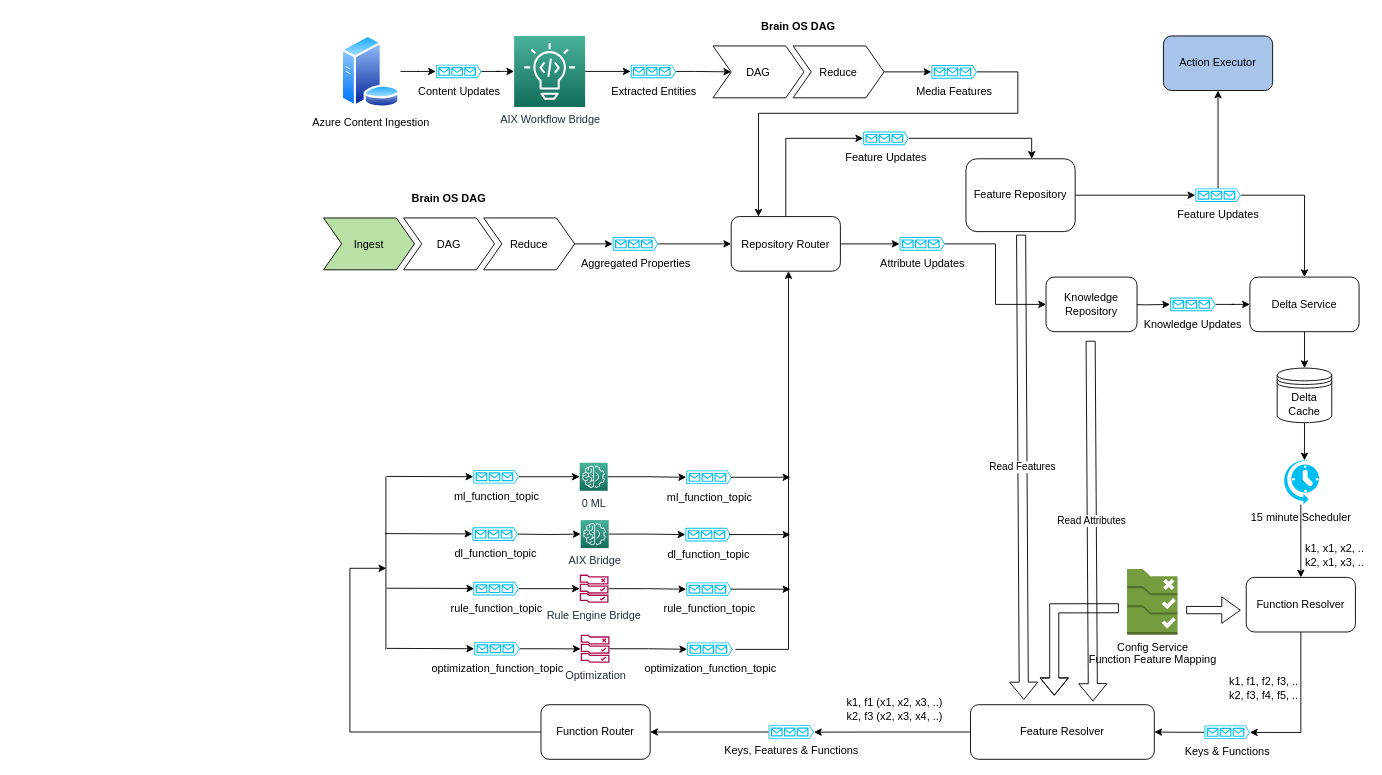
brain-os/brain-proto keeps this draw.io diagram as page "feature_lake" (1 of 7) of docs/diagram/BrainOS.drawio. Above is the earlier version. Source tidied: cells renumbered, new cells numbered last; positions are measured from the earlier drawing's top-left corner, leaving out a move shared by most shapes. Both pictures are drawn from the tidied source at 91%, with x=0, y=0 at pixel (314, 15).
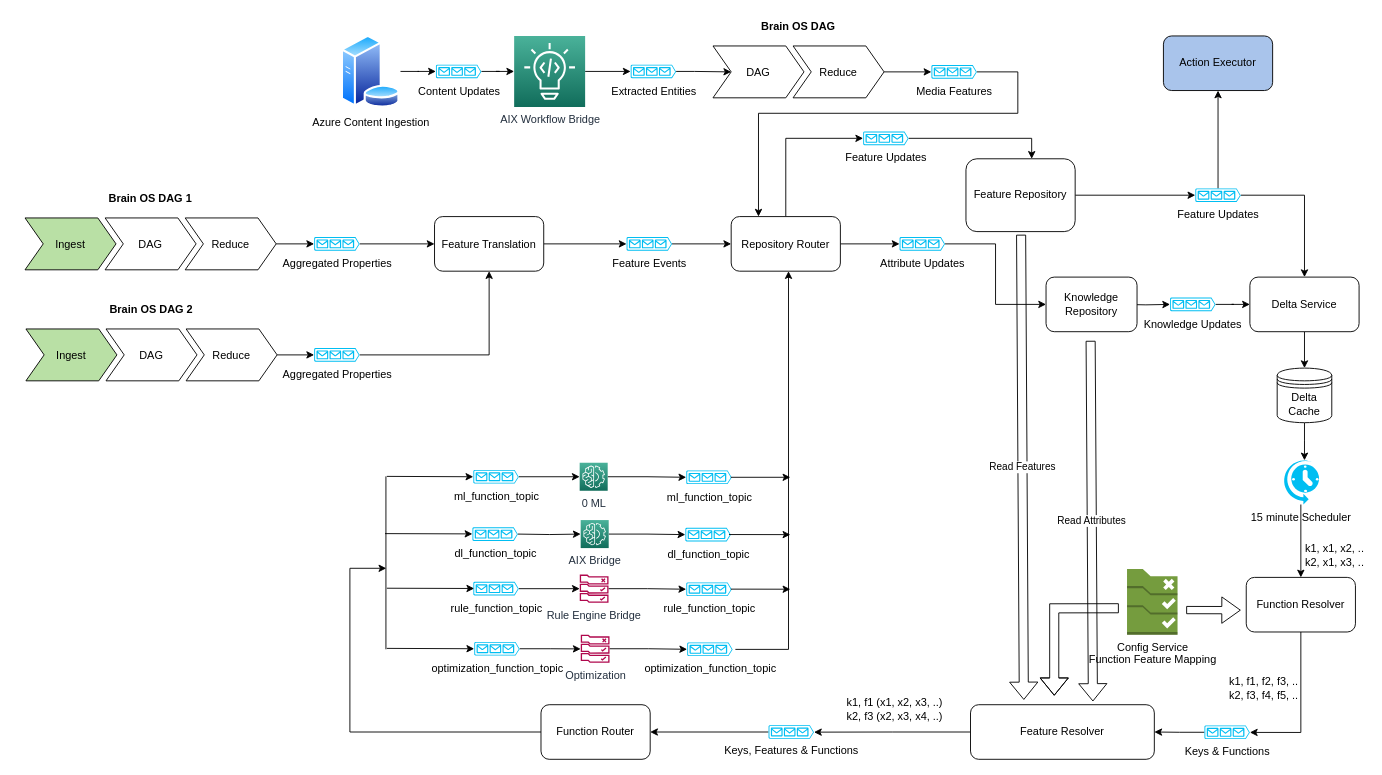
The same page after the edit.

Commit message (it also covers changes not shown here):
Added feature lake protos

Unchanged cells that the change refers to:
```xml
<mxCell id="80" value="Repository Router" style="rounded=1;whiteSpace=wrap;html=1;" parent="1" vertex="1">
  <mxGeometry x="458" y="220.5" width="120" height="60" as="geometry" />
</mxCell>
```

Diff of the diagram source:
```diff
@@
-    <mxCell id="10" value="Brain OS DAG" style="swimlane;horizontal=1;fillColor=none;strokeColor=none;stackBorder=10;align=center;fontColor=#000000;" parent="1" vertex="1">
-      <mxGeometry y="189" width="296" height="100" as="geometry" />
+    <mxCell id="10" value="Brain OS DAG 1" style="swimlane;horizontal=1;fillColor=none;strokeColor=none;stackBorder=10;align=center;fontColor=#000000;" parent="1" vertex="1">
+      <mxGeometry x="-328" y="189" width="296" height="100" as="geometry" />
     </mxCell>
@@
-    <mxCell id="14" style="edgeStyle=orthogonalEdgeStyle;rounded=0;jettySize=auto;html=1;entryX=0;entryY=0.5;entryDx=0;entryDy=0;" parent="1" edge="1" source="15" target="80">
-      <mxGeometry relative="1" as="geometry" />
-    </mxCell>
+    <mxCell id="93" style="edgeStyle=orthogonalEdgeStyle;rounded=0;jettySize=auto;html=1;" parent="1" edge="1" source="15" target="95">
+      <mxGeometry relative="1" as="geometry" />
+    </mxCell>
     <mxCell id="15" value="Aggregated Properties" style="verticalLabelPosition=bottom;html=1;verticalAlign=top;align=center;strokeColor=none;fillColor=#00BEF2;shape=mxgraph.azure.queue_generic;" parent="1" vertex="1">
-      <mxGeometry x="327.7" y="243" width="50" height="15" as="geometry" />
+      <mxGeometry x="-0.3" y="243" width="50" height="15" as="geometry" />
     </mxCell>
@@
+    <mxCell id="94" style="edgeStyle=orthogonalEdgeStyle;rounded=0;jettySize=auto;html=1;" parent="1" edge="1" source="95" target="104">
+      <mxGeometry relative="1" as="geometry" />
+    </mxCell>
+    <mxCell id="95" value="Feature Translation" style="rounded=1;whiteSpace=wrap;html=1;" parent="1" vertex="1">
+      <mxGeometry x="132" y="220.5" width="120" height="60" as="geometry" />
+    </mxCell>
+    <mxCell id="96" value="Brain OS DAG 2" style="swimlane;horizontal=1;fillColor=none;strokeColor=none;stackBorder=10;align=center;fontColor=#000000;" parent="1" vertex="1">
+      <mxGeometry x="-327" y="311" width="296" height="100" as="geometry" />
+    </mxCell>
+    <mxCell id="97" value="Ingest" style="shape=step;perimeter=stepPerimeter;fixedSize=1;fillColor=#B9E0A5;" parent="96" vertex="1">
+      <mxGeometry x="10" y="33" width="100" height="57" as="geometry" />
+    </mxCell>
+    <mxCell id="98" value="DAG" style="shape=step;perimeter=stepPerimeter;fixedSize=1;" parent="96" vertex="1">
+      <mxGeometry x="98" y="33" width="100" height="57" as="geometry" />
+    </mxCell>
+    <mxCell id="99" value="Reduce" style="shape=step;perimeter=stepPerimeter;fixedSize=1;points=[];" parent="96" vertex="1">
+      <mxGeometry x="186" y="33" width="100" height="57" as="geometry" />
+    </mxCell>
+    <mxCell id="100" style="edgeStyle=orthogonalEdgeStyle;rounded=0;jettySize=auto;html=1;entryX=0.5;entryY=1;entryDx=0;entryDy=0;" parent="1" edge="1" source="101" target="95">
+      <mxGeometry relative="1" as="geometry" />
+    </mxCell>
+    <mxCell id="101" value="Aggregated Properties" style="verticalLabelPosition=bottom;html=1;verticalAlign=top;align=center;strokeColor=none;fillColor=#00BEF2;shape=mxgraph.azure.queue_generic;" parent="1" vertex="1">
+      <mxGeometry x="-0.3" y="365" width="50" height="15" as="geometry" />
+    </mxCell>
+    <mxCell id="102" style="edgeStyle=orthogonalEdgeStyle;rounded=0;jettySize=auto;html=1;entryX=0;entryY=0.5;entryDx=0;entryDy=0;entryPerimeter=0;" parent="1" edge="1" source="99" target="101">
+      <mxGeometry relative="1" as="geometry" />
+    </mxCell>
+    <mxCell id="103" style="edgeStyle=orthogonalEdgeStyle;rounded=0;jettySize=auto;html=1;entryX=0;entryY=0.5;entryDx=0;entryDy=0;" parent="1" edge="1" source="104" target="80">
+      <mxGeometry relative="1" as="geometry" />
+    </mxCell>
+    <mxCell id="104" value="Feature Events" style="verticalLabelPosition=bottom;html=1;verticalAlign=top;align=center;strokeColor=none;fillColor=#00BEF2;shape=mxgraph.azure.queue_generic;" parent="1" vertex="1">
+      <mxGeometry x="343" y="243" width="50" height="15" as="geometry" />
+    </mxCell>
```
